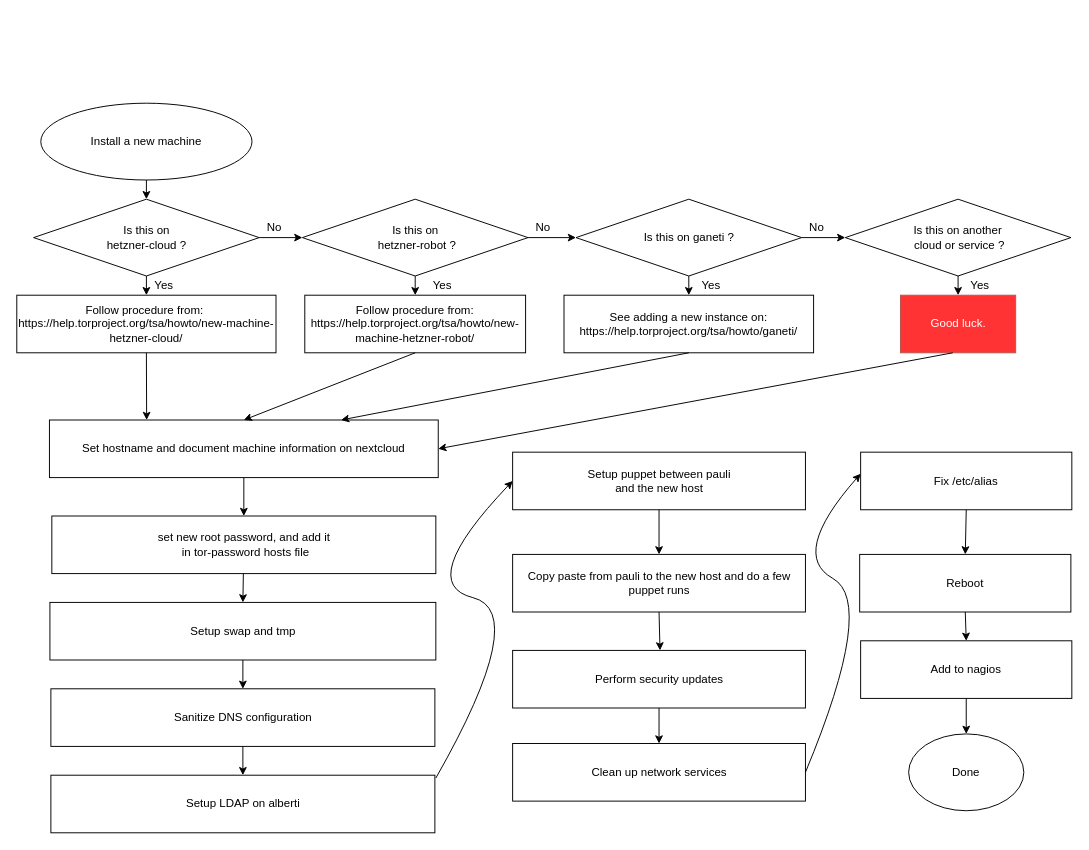
The draw.io diagram page "install-common" (1 of 4) of tsa/howto/new-machine/install.drawio in pastly/tsa-wiki, before the edit. Source tidied: cells renumbered, new cells numbered last; positions are measured from the earlier drawing's top-left corner, leaving out a move shared by most shapes. Both pictures are drawn from the tidied source at 96%, with x=0, y=0 at pixel (16, 103).
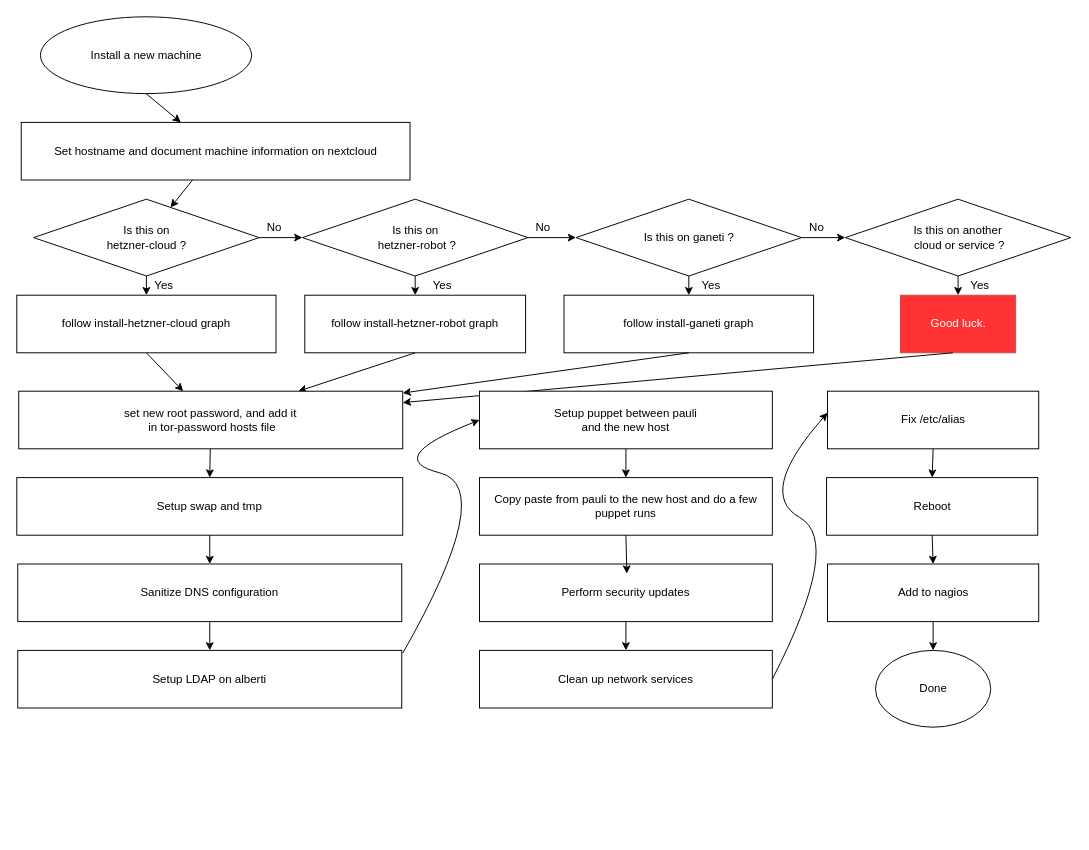
Above is the later version.

The change refers to these unchanged cells:
```xml
<mxCell id="2" value="Is this on &lt;br&gt;hetzner-cloud ?" style="rhombus;whiteSpace=wrap;html=1;" parent="1" vertex="1">
  <mxGeometry x="17.5" y="100" width="235" height="80" as="geometry" />
</mxCell>
<mxCell id="23" value="Good luck." style="rounded=0;whiteSpace=wrap;html=1;fillColor=#FF3333;strokeColor=#b85450;fontColor=#FFFFFF;" parent="1" vertex="1">
  <mxGeometry x="920.5" y="200" width="120" height="60" as="geometry" />
</mxCell>
```

The edit, as a diff of the source:
```diff
@@
     <mxCell id="3" value="Install a new machine" style="ellipse;whiteSpace=wrap;html=1;" parent="1" vertex="1">
-      <mxGeometry x="25" width="220" height="80" as="geometry" />
+      <mxGeometry x="24.6" y="-90" width="220" height="80" as="geometry" />
     </mxCell>
@@
-    <mxCell id="6" style="endArrow=classic;html=1;exitX=0.5;exitY=1;exitDx=0;exitDy=0;" parent="1" edge="1" source="3" target="2">
+    <mxCell id="6" style="endArrow=classic;html=1;exitX=0.5;exitY=1;exitDx=0;exitDy=0;" parent="1" edge="1" source="3" target="26">
       <mxGeometry relative="1" as="geometry" />
     </mxCell>
@@
-    <mxCell id="11" value="Follow procedure from:&amp;nbsp;&lt;br&gt;https://help.torproject.org/tsa/howto/new-machine-hetzner-cloud/" style="rounded=0;whiteSpace=wrap;html=1;" parent="1" vertex="1">
+    <mxCell id="11" value="follow install-hetzner-cloud graph" style="rounded=0;whiteSpace=wrap;html=1;" parent="1" vertex="1">
       <mxGeometry y="200" width="270" height="60" as="geometry" />
     </mxCell>
-    <mxCell id="12" value="Follow procedure from:&lt;br&gt;https://help.torproject.org/tsa/howto/new-machine-hetzner-robot/" style="rounded=0;whiteSpace=wrap;html=1;" parent="1" vertex="1">
+    <mxCell id="12" value="follow install-hetzner-robot graph" style="rounded=0;whiteSpace=wrap;html=1;" parent="1" vertex="1">
       <mxGeometry x="300" y="200" width="230" height="60" as="geometry" />
     </mxCell>
-    <mxCell id="13" value="See adding a new instance on:&lt;br&gt;https://help.torproject.org/tsa/howto/ganeti/" style="rounded=0;whiteSpace=wrap;html=1;" parent="1" vertex="1">
+    <mxCell id="13" value="follow install-ganeti graph" style="rounded=0;whiteSpace=wrap;html=1;" parent="1" vertex="1">
       <mxGeometry x="570" y="200" width="260" height="60" as="geometry" />
     </mxCell>
@@
-    <mxCell id="26" value="Set hostname and document machine information on nextcloud" style="rounded=0;whiteSpace=wrap;html=1;" parent="1" vertex="1">
-      <mxGeometry x="34" y="330" width="405" height="60" as="geometry" />
-    </mxCell>
-    <mxCell id="27" style="endArrow=classic;html=1;exitX=0.5;exitY=1;exitDx=0;exitDy=0;entryX=0.25;entryY=0;entryDx=0;entryDy=0;" parent="1" edge="1" source="11" target="26">
+    <mxCell id="27" style="endArrow=classic;html=1;exitX=0.5;exitY=1;exitDx=0;exitDy=0;" parent="1" edge="1" source="11" target="31">
       <mxGeometry relative="1" as="geometry" />
     </mxCell>
-    <mxCell id="28" style="endArrow=classic;html=1;exitX=0.5;exitY=1;exitDx=0;exitDy=0;entryX=0.5;entryY=0;entryDx=0;entryDy=0;" parent="1" edge="1" source="12" target="26">
+    <mxCell id="28" style="endArrow=classic;html=1;exitX=0.5;exitY=1;exitDx=0;exitDy=0;" parent="1" edge="1" source="12" target="31">
       <mxGeometry relative="1" as="geometry" />
     </mxCell>
-    <mxCell id="29" style="endArrow=classic;html=1;exitX=0.5;exitY=1;exitDx=0;exitDy=0;entryX=0.75;entryY=0;entryDx=0;entryDy=0;" parent="1" edge="1" source="13" target="26">
+    <mxCell id="29" style="endArrow=classic;html=1;exitX=0.5;exitY=1;exitDx=0;exitDy=0;" parent="1" edge="1" source="13" target="31">
       <mxGeometry relative="1" as="geometry" />
     </mxCell>
-    <mxCell id="30" style="endArrow=classic;html=1;exitX=0.454;exitY=1;exitDx=0;exitDy=0;exitPerimeter=0;entryX=1;entryY=0.5;entryDx=0;entryDy=0;" parent="1" edge="1" source="23" target="26">
+    <mxCell id="30" style="endArrow=classic;html=1;exitX=0.454;exitY=1;exitDx=0;exitDy=0;exitPerimeter=0;" parent="1" edge="1" source="23" target="31">
       <mxGeometry relative="1" as="geometry" />
     </mxCell>
     <mxCell id="31" value="&lt;span style=&quot;white-space: normal&quot;&gt;set new root password, and add it&lt;br&gt;&amp;nbsp;in tor-password&amp;nbsp;&lt;/span&gt;hosts file" style="rounded=0;whiteSpace=wrap;html=1;" parent="1" vertex="1">
-      <mxGeometry x="36.5" y="430" width="400" height="60" as="geometry" />
+      <mxGeometry x="2" y="300" width="400" height="60" as="geometry" />
     </mxCell>
-    <mxCell id="32" style="endArrow=classic;html=1;exitX=0.5;exitY=1;exitDx=0;exitDy=0;entryX=0.5;entryY=0;entryDx=0;entryDy=0;" parent="1" edge="1" source="26" target="31">
-      <mxGeometry relative="1" as="geometry" />
-    </mxCell>
     <mxCell id="33" value="Setup swap and tmp" style="rounded=0;whiteSpace=wrap;html=1;" parent="1" vertex="1">
-      <mxGeometry x="34.5" y="520" width="402" height="60" as="geometry" />
+      <mxGeometry y="390" width="402" height="60" as="geometry" />
     </mxCell>
     <mxCell id="34" value="&lt;p&gt;Sanitize DNS configuration&lt;/p&gt;" style="rounded=0;whiteSpace=wrap;html=1;" parent="1" vertex="1">
-      <mxGeometry x="35.5" y="610" width="400" height="60" as="geometry" />
+      <mxGeometry x="1" y="480" width="400" height="60" as="geometry" />
     </mxCell>
@@
     <mxCell id="37" value="Setup LDAP on alberti" style="rounded=0;whiteSpace=wrap;html=1;" parent="1" vertex="1">
-      <mxGeometry x="35.5" y="700" width="400" height="60" as="geometry" />
+      <mxGeometry x="1" y="570" width="400" height="60" as="geometry" />
     </mxCell>
@@
     <mxCell id="39" value="Setup puppet between pauli &lt;br&gt;and the new host" style="rounded=0;whiteSpace=wrap;html=1;" parent="1" vertex="1">
-      <mxGeometry x="516.5" y="363.5" width="305" height="60" as="geometry" />
+      <mxGeometry x="482" y="300" width="305" height="60" as="geometry" />
     </mxCell>
     <mxCell id="40" value="Copy paste from pauli to the new host and do a few puppet runs" style="rounded=0;whiteSpace=wrap;html=1;" parent="1" vertex="1">
-      <mxGeometry x="516.5" y="470" width="305" height="60" as="geometry" />
+      <mxGeometry x="482" y="390" width="305" height="60" as="geometry" />
     </mxCell>
     <mxCell id="41" value="Perform security updates" style="rounded=0;whiteSpace=wrap;html=1;" parent="1" vertex="1">
-      <mxGeometry x="516.5" y="570" width="305" height="60" as="geometry" />
+      <mxGeometry x="482" y="480" width="305" height="60" as="geometry" />
     </mxCell>
     <mxCell id="42" value="Clean up network services" style="rounded=0;whiteSpace=wrap;html=1;" parent="1" vertex="1">
-      <mxGeometry x="516.5" y="667" width="305" height="60" as="geometry" />
+      <mxGeometry x="482" y="570" width="305" height="60" as="geometry" />
     </mxCell>
     <mxCell id="43" value="Fix /etc/alias" style="rounded=0;whiteSpace=wrap;html=1;" parent="1" vertex="1">
-      <mxGeometry x="879" y="363.5" width="220" height="60" as="geometry" />
+      <mxGeometry x="844.5" y="300" width="220" height="60" as="geometry" />
     </mxCell>
     <mxCell id="44" value="Reboot" style="rounded=0;whiteSpace=wrap;html=1;" parent="1" vertex="1">
-      <mxGeometry x="878" y="470" width="220" height="60" as="geometry" />
+      <mxGeometry x="843.5" y="390" width="220" height="60" as="geometry" />
     </mxCell>
     <mxCell id="45" value="Add to nagios" style="rounded=0;whiteSpace=wrap;html=1;" parent="1" vertex="1">
-      <mxGeometry x="879" y="560" width="220" height="60" as="geometry" />
+      <mxGeometry x="844.5" y="480" width="220" height="60" as="geometry" />
     </mxCell>
     <mxCell id="46" style="curved=1;endArrow=classic;html=1;fontColor=#FFFFFF;entryX=0;entryY=0.5;entryDx=0;entryDy=0;" parent="1" edge="1" target="39">
       <mxGeometry relative="1" as="geometry">
-        <mxPoint x="436.5" y="703" as="sourcePoint" />
+        <mxPoint x="402" y="573" as="sourcePoint" />
         <Array as="points">
-          <mxPoint x="535" y="530" />
-          <mxPoint x="415" y="500" />
+          <mxPoint x="500.5" y="400" />
+          <mxPoint x="380.5" y="370" />
         </Array>
       </mxGeometry>
     </mxCell>
@@
     <mxCell id="48" style="endArrow=classic;html=1;fontColor=#FFFFFF;exitX=0.5;exitY=1;exitDx=0;exitDy=0;" parent="1" edge="1" source="40">
       <mxGeometry relative="1" as="geometry">
-        <mxPoint x="670" y="570" as="targetPoint" />
+        <mxPoint x="635.5" y="490" as="targetPoint" />
       </mxGeometry>
     </mxCell>
@@
     <mxCell id="50" style="curved=1;endArrow=classic;html=1;fontColor=#FFFFFF;exitX=1;exitY=0.5;exitDx=0;exitDy=0;entryX=0;entryY=0.375;entryDx=0;entryDy=0;entryPerimeter=0;" parent="1" edge="1" source="42" target="43">
       <mxGeometry relative="1" as="geometry">
         <Array as="points">
-          <mxPoint x="895" y="520" />
-          <mxPoint x="805" y="470" />
+          <mxPoint x="860.5" y="456.5" />
+          <mxPoint x="770.5" y="406.5" />
         </Array>
       </mxGeometry>
     </mxCell>
     <mxCell id="51" value="Done" style="ellipse;whiteSpace=wrap;html=1;" parent="1" vertex="1">
-      <mxGeometry x="929" y="657" width="120" height="80" as="geometry" />
+      <mxGeometry x="894.5" y="570" width="120" height="80" as="geometry" />
     </mxCell>
@@
+    <mxCell id="26" value="Set hostname and document machine information on nextcloud" style="rounded=0;whiteSpace=wrap;html=1;" parent="1" vertex="1">
+      <mxGeometry x="4.6" y="20" width="405" height="60" as="geometry" />
+    </mxCell>
+    <mxCell id="55" style="endArrow=classic;html=1;" parent="1" edge="1" source="26" target="2">
+      <mxGeometry relative="1" as="geometry" />
+    </mxCell>
```
